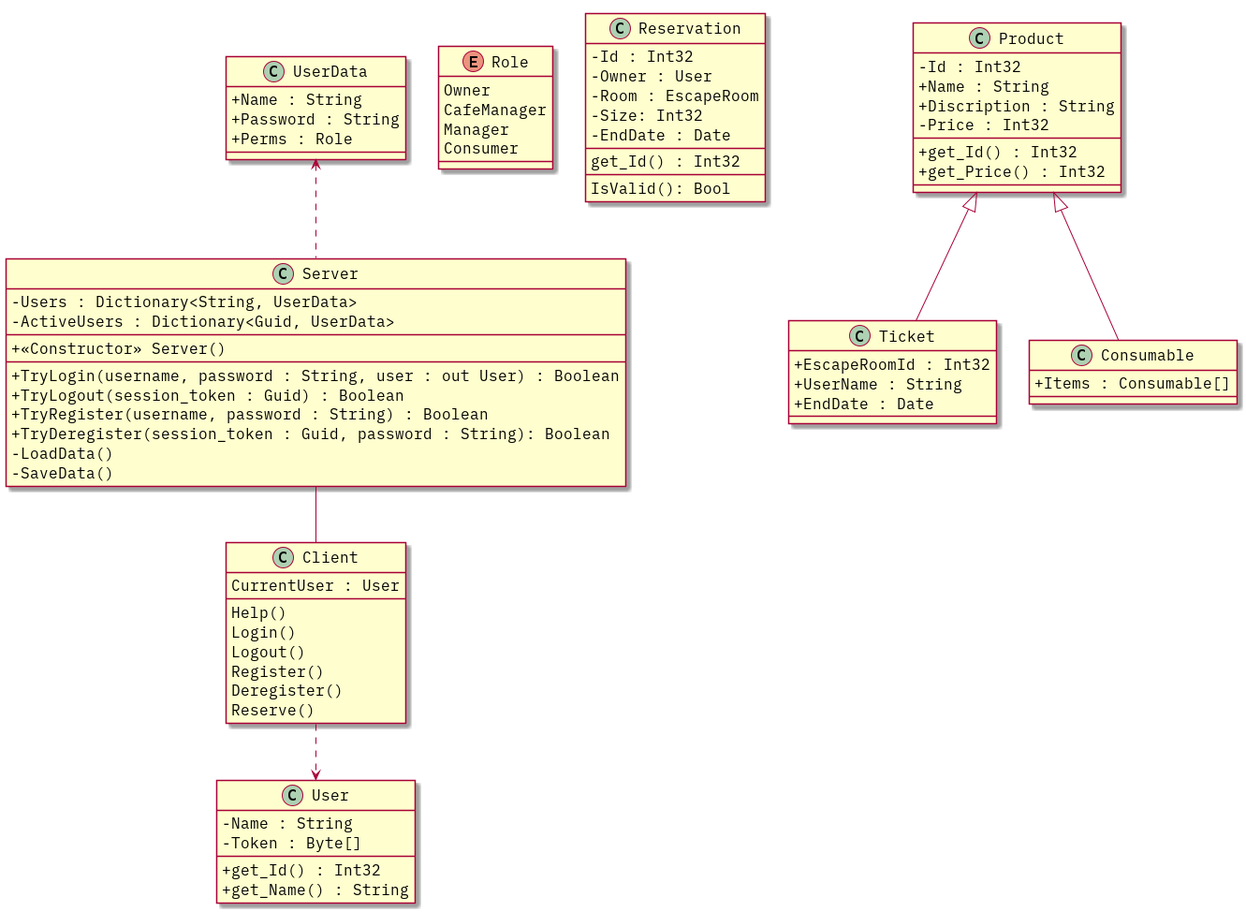
Before: ClassDiagram/classes.png, a diagram exported from PlantUML (proj-1b-3/code).
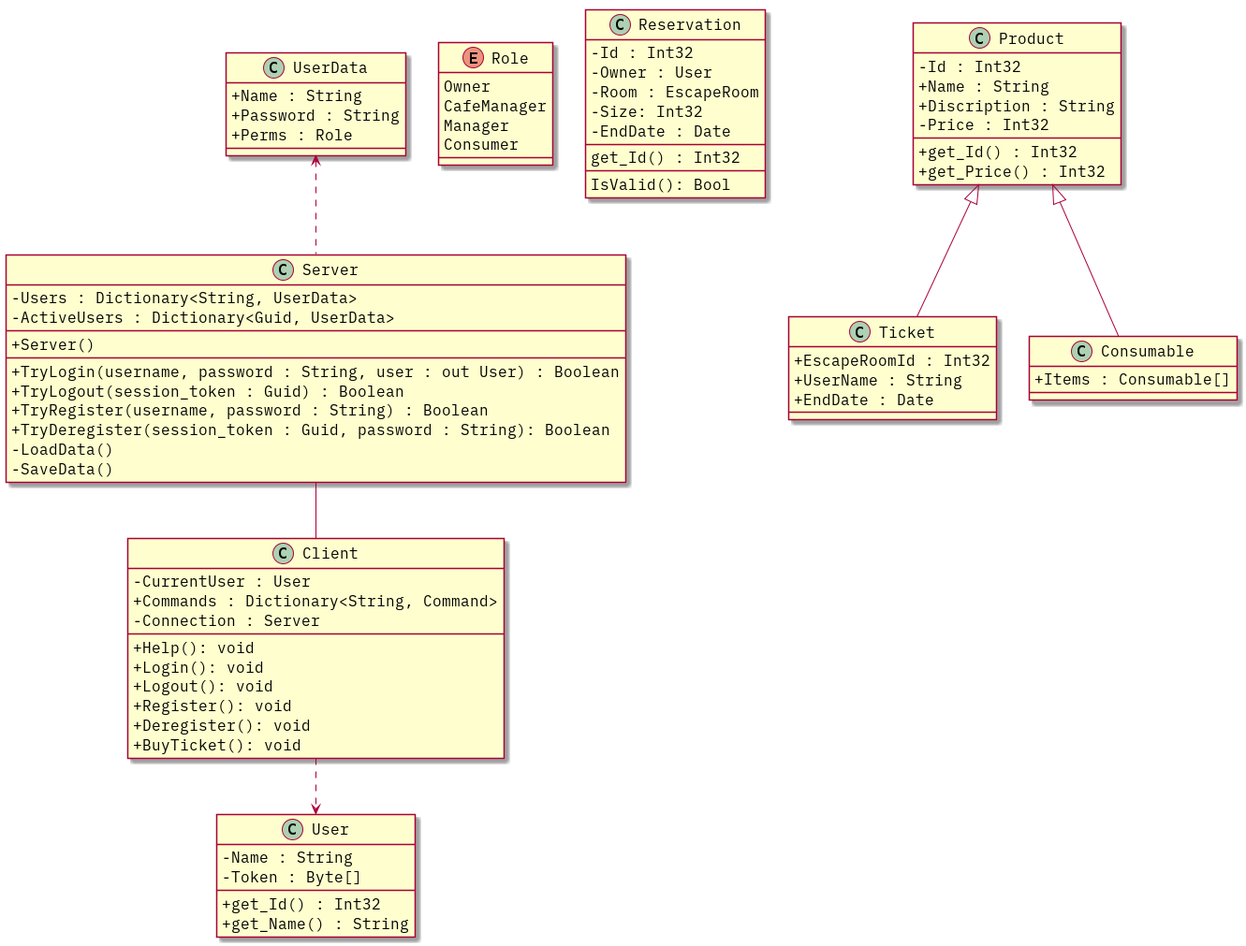
After the change.

Commit message:
began work on the escape room info share between server and client

Change to the diagram source:
```diff
@@ -7,7 +7,7 @@
 	- Users : Dictionary<String, UserData>
 	- ActiveUsers : Dictionary<Guid, UserData>
 	____
-	+ <<Constructor>> Server()
+	+ Server()
 	____
 	+ TryLogin(username, password : String, user : out User) : Boolean
 	+ TryLogout(session_token : Guid) : Boolean
@@ -21,14 +21,16 @@
 Server -down- Client
 
 class Client {
-	CurrentUser : User
+	- CurrentUser : User
+	+ Commands : Dictionary<String, Command>
+	- Connection : Server
 	____
-	Help()
-	Login()
-	Logout()
-	Register()
-	Deregister()
-	Reserve()
+	+ Help(): void
+	+ Login(): void
+	+ Logout(): void
+	+ Register(): void
+	+ Deregister(): void
+	+ BuyTicket(): void
 }
 
 Client ..> User
@@ -75,7 +77,6 @@
 		____
 		+ get_Id() : Int32
 		+ get_Price() : Int32
-		____
 	}
 
 	class Ticket {
```
